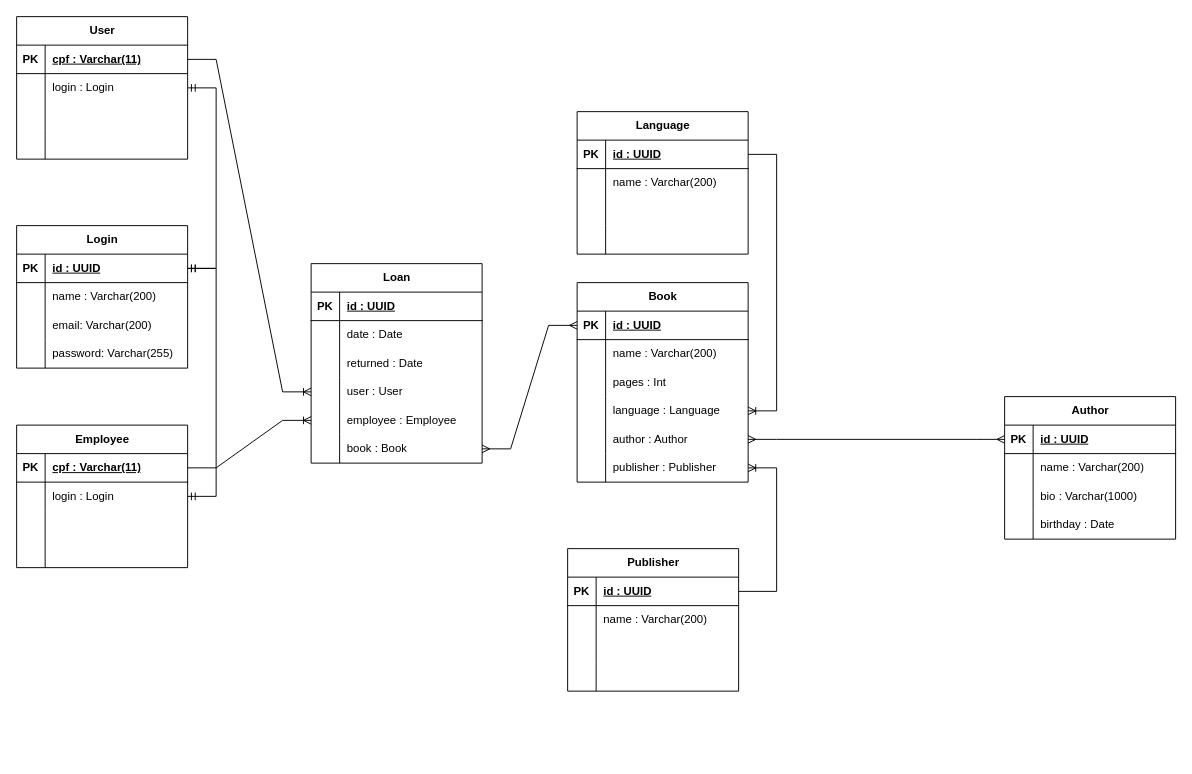
jvrss/library_backend keeps this draw.io diagram as docs/library.drawio. Above is the earlier version. Source tidied: cells renumbered, new cells numbered last; positions are measured from the earlier drawing's top-left corner, leaving out a move shared by most shapes. Both pictures are drawn from the tidied source at 95%, with x=0, y=0 at pixel (16, 16).
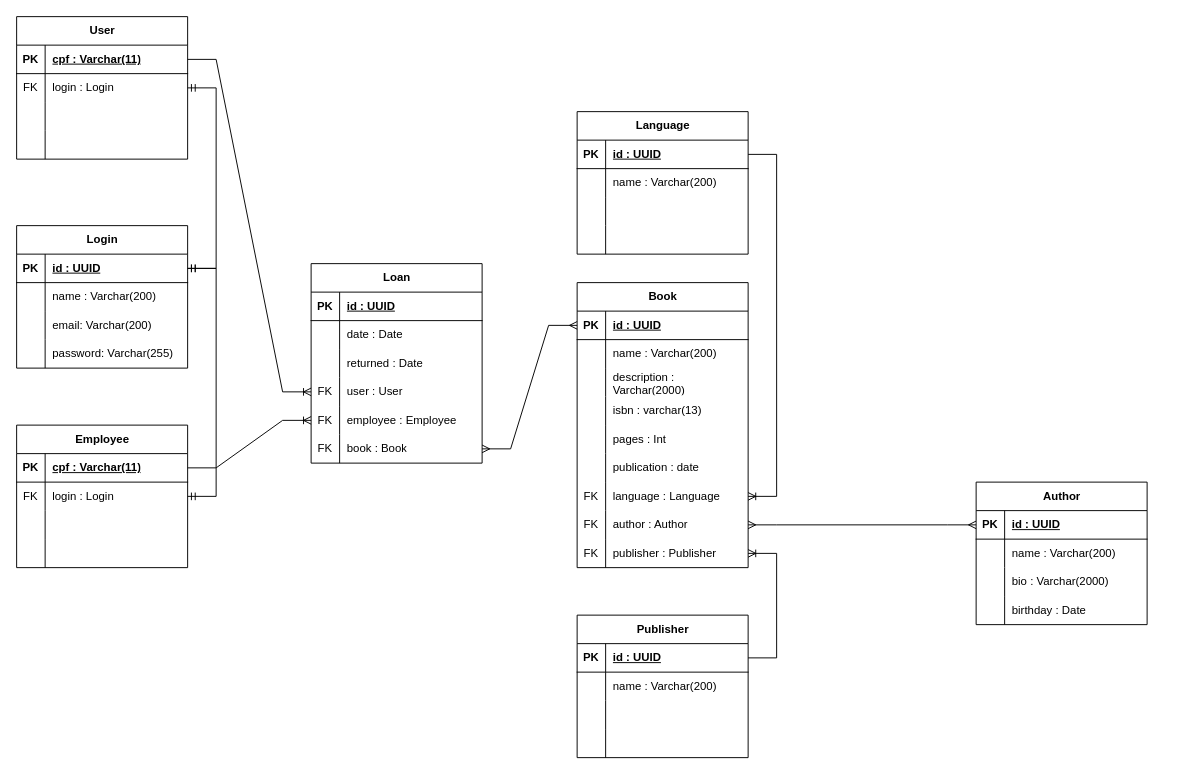
The same diagram, later.

Unchanged cells that the change refers to:
```xml
<mxCell id="9" style="shape=tableRow;horizontal=0;startSize=0;swimlaneHead=0;swimlaneBody=0;fillColor=none;top=0;left=0;right=0;bottom=0;" parent="2" vertex="1">
  <mxGeometry y="90" width="180" height="30" as="geometry" />
</mxCell>
<mxCell id="19" style="shape=tableRow;horizontal=0;startSize=0;swimlaneHead=0;swimlaneBody=0;fillColor=none;points=[[0,0.5],[1,0.5]];portConstraint=eastwest;top=0;left=0;right=0;bottom=0;" parent="15" vertex="1">
  <mxGeometry y="60" width="180" height="30" as="geometry" />
</mxCell>
<mxCell id="71" style="shape=tableRow;horizontal=0;startSize=0;swimlaneHead=0;swimlaneBody=0;fillColor=none;points=[[0,0.5],[1,0.5]];portConstraint=eastwest;top=0;left=0;right=0;bottom=0;" parent="67" vertex="1">
  <mxGeometry y="60" width="180" height="30" as="geometry" />
</mxCell>
<mxCell id="92" style="shape=tableRow;horizontal=0;startSize=0;swimlaneHead=0;swimlaneBody=0;fillColor=none;points=[[0,0.5],[1,0.5]];portConstraint=eastwest;top=0;left=0;right=0;bottom=0;" parent="82" vertex="1">
  <mxGeometry y="120" width="180" height="30" as="geometry" />
</mxCell>
<mxCell id="95" style="shape=tableRow;horizontal=0;startSize=0;swimlaneHead=0;swimlaneBody=0;fillColor=none;points=[[0,0.5],[1,0.5]];portConstraint=eastwest;top=0;left=0;right=0;bottom=0;" parent="82" vertex="1">
  <mxGeometry y="150" width="180" height="30" as="geometry" />
</mxCell>
<mxCell id="98" style="shape=tableRow;horizontal=0;startSize=0;swimlaneHead=0;swimlaneBody=0;fillColor=none;points=[[0,0.5],[1,0.5]];portConstraint=eastwest;top=0;left=0;right=0;bottom=0;" parent="82" vertex="1">
  <mxGeometry y="180" width="180" height="30" as="geometry" />
</mxCell>
```

What changed in the source:
```diff
@@
     <mxCell id="2" value="Author" style="shape=table;startSize=30;childLayout=tableLayout;rowLines=0;fontStyle=1;align=center;html=1;" parent="1" vertex="1">
-      <mxGeometry x="1040" y="400" width="180" height="150" as="geometry" />
+      <mxGeometry x="1010" y="490" width="180" height="150" as="geometry" />
     </mxCell>
@@
-    <mxCell id="11" value="bio : Varchar(1000)" style="shape=partialRectangle;fillColor=none;top=0;left=0;bottom=0;right=0;align=left;spacingLeft=6;overflow=hidden;whiteSpace=wrap;html=1;" parent="9" vertex="1">
+    <mxCell id="11" value="bio : Varchar(2000)" style="shape=partialRectangle;fillColor=none;top=0;left=0;bottom=0;right=0;align=left;spacingLeft=6;overflow=hidden;whiteSpace=wrap;html=1;" parent="9" vertex="1">
       <mxGeometry x="30" width="150" height="30" as="geometry" />
     </mxCell>
@@
-    <mxCell id="20" style="shape=partialRectangle;fillColor=none;top=0;left=0;bottom=0;right=0;overflow=hidden;whiteSpace=wrap;html=1;" parent="19" vertex="1">
+    <mxCell id="20" value="FK" style="shape=partialRectangle;fillColor=none;top=0;left=0;bottom=0;right=0;overflow=hidden;whiteSpace=wrap;html=1;" parent="19" vertex="1">
       <mxGeometry width="30" height="30" as="geometry" />
     </mxCell>
@@
     <mxCell id="54" value="&lt;div&gt;Publisher&lt;/div&gt;" style="shape=table;startSize=30;childLayout=tableLayout;rowLines=0;fontStyle=1;align=center;html=1;" parent="1" vertex="1">
-      <mxGeometry x="580" y="560" width="180" height="150" as="geometry" />
+      <mxGeometry x="590" y="630" width="180" height="150" as="geometry" />
     </mxCell>
@@
-    <mxCell id="72" style="shape=partialRectangle;fillColor=none;top=0;left=0;bottom=0;right=0;overflow=hidden;whiteSpace=wrap;html=1;" parent="71" vertex="1">
+    <mxCell id="72" value="FK" style="shape=partialRectangle;fillColor=none;top=0;left=0;bottom=0;right=0;overflow=hidden;whiteSpace=wrap;html=1;" parent="71" vertex="1">
       <mxGeometry width="30" height="30" as="geometry" />
     </mxCell>
@@
-    <mxCell id="93" style="shape=partialRectangle;fillColor=none;top=0;left=0;bottom=0;right=0;overflow=hidden;whiteSpace=wrap;html=1;" parent="92" vertex="1">
+    <mxCell id="93" value="FK" style="shape=partialRectangle;fillColor=none;top=0;left=0;bottom=0;right=0;overflow=hidden;whiteSpace=wrap;html=1;" parent="92" vertex="1">
       <mxGeometry width="30" height="30" as="geometry" />
     </mxCell>
@@
-    <mxCell id="96" style="shape=partialRectangle;fillColor=none;top=0;left=0;bottom=0;right=0;overflow=hidden;whiteSpace=wrap;html=1;" parent="95" vertex="1">
+    <mxCell id="96" value="FK" style="shape=partialRectangle;fillColor=none;top=0;left=0;bottom=0;right=0;overflow=hidden;whiteSpace=wrap;html=1;" parent="95" vertex="1">
       <mxGeometry width="30" height="30" as="geometry" />
     </mxCell>
@@
-    <mxCell id="99" style="shape=partialRectangle;fillColor=none;top=0;left=0;bottom=0;right=0;overflow=hidden;whiteSpace=wrap;html=1;" parent="98" vertex="1">
+    <mxCell id="99" value="FK" style="shape=partialRectangle;fillColor=none;top=0;left=0;bottom=0;right=0;overflow=hidden;whiteSpace=wrap;html=1;" parent="98" vertex="1">
       <mxGeometry width="30" height="30" as="geometry" />
     </mxCell>
@@
     <mxCell id="103" value="Book" style="shape=table;startSize=30;childLayout=tableLayout;rowLines=0;fontStyle=1;align=center;html=1;" parent="1" vertex="1">
-      <mxGeometry x="590" y="280" width="180" height="210" as="geometry" />
+      <mxGeometry x="590" y="280" width="180" height="300" as="geometry" />
     </mxCell>
@@
+    <mxCell id="126" style="shape=tableRow;horizontal=0;startSize=0;swimlaneHead=0;swimlaneBody=0;fillColor=none;top=0;left=0;right=0;bottom=0;" parent="103" vertex="1">
+      <mxGeometry y="90" width="180" height="30" as="geometry" />
+    </mxCell>
+    <mxCell id="127" style="shape=partialRectangle;fillColor=none;top=0;left=0;bottom=0;right=0;overflow=hidden;whiteSpace=wrap;html=1;" parent="126" vertex="1">
+      <mxGeometry width="30" height="30" as="geometry" />
+    </mxCell>
+    <mxCell id="128" value="description : Varchar(2000)" style="shape=partialRectangle;fillColor=none;top=0;left=0;bottom=0;right=0;align=left;spacingLeft=6;overflow=hidden;whiteSpace=wrap;html=1;" parent="126" vertex="1">
+      <mxGeometry x="30" width="150" height="30" as="geometry" />
+    </mxCell>
+    <mxCell id="129" style="shape=tableRow;horizontal=0;startSize=0;swimlaneHead=0;swimlaneBody=0;fillColor=none;top=0;left=0;right=0;bottom=0;" parent="103" vertex="1">
+      <mxGeometry y="120" width="180" height="30" as="geometry" />
+    </mxCell>
+    <mxCell id="130" style="shape=partialRectangle;fillColor=none;top=0;left=0;bottom=0;right=0;overflow=hidden;whiteSpace=wrap;html=1;" parent="129" vertex="1">
+      <mxGeometry width="30" height="30" as="geometry" />
+    </mxCell>
+    <mxCell id="131" value="isbn : varchar(13)" style="shape=partialRectangle;fillColor=none;top=0;left=0;bottom=0;right=0;align=left;spacingLeft=6;overflow=hidden;whiteSpace=wrap;html=1;" parent="129" vertex="1">
+      <mxGeometry x="30" width="150" height="30" as="geometry" />
+    </mxCell>
     <mxCell id="110" style="shape=tableRow;horizontal=0;startSize=0;swimlaneHead=0;swimlaneBody=0;fillColor=none;top=0;left=0;right=0;bottom=0;" parent="103" vertex="1">
-      <mxGeometry y="90" width="180" height="30" as="geometry" />
+      <mxGeometry y="150" width="180" height="30" as="geometry" />
     </mxCell>
@@
+    <mxCell id="132" style="shape=tableRow;horizontal=0;startSize=0;swimlaneHead=0;swimlaneBody=0;fillColor=none;top=0;left=0;right=0;bottom=0;" parent="103" vertex="1">
+      <mxGeometry y="180" width="180" height="30" as="geometry" />
+    </mxCell>
+    <mxCell id="133" style="shape=partialRectangle;fillColor=none;top=0;left=0;bottom=0;right=0;overflow=hidden;whiteSpace=wrap;html=1;" parent="132" vertex="1">
+      <mxGeometry width="30" height="30" as="geometry" />
+    </mxCell>
+    <mxCell id="134" value="publication : date" style="shape=partialRectangle;fillColor=none;top=0;left=0;bottom=0;right=0;align=left;spacingLeft=6;overflow=hidden;whiteSpace=wrap;html=1;" parent="132" vertex="1">
+      <mxGeometry x="30" width="150" height="30" as="geometry" />
+    </mxCell>
     <mxCell id="113" style="shape=tableRow;horizontal=0;startSize=0;swimlaneHead=0;swimlaneBody=0;fillColor=none;points=[[0,0.5],[1,0.5]];portConstraint=eastwest;top=0;left=0;right=0;bottom=0;" parent="103" vertex="1">
-      <mxGeometry y="120" width="180" height="30" as="geometry" />
+      <mxGeometry y="210" width="180" height="30" as="geometry" />
     </mxCell>
-    <mxCell id="114" style="shape=partialRectangle;fillColor=none;top=0;left=0;bottom=0;right=0;overflow=hidden;whiteSpace=wrap;html=1;" parent="113" vertex="1">
+    <mxCell id="114" value="FK" style="shape=partialRectangle;fillColor=none;top=0;left=0;bottom=0;right=0;overflow=hidden;whiteSpace=wrap;html=1;" parent="113" vertex="1">
       <mxGeometry width="30" height="30" as="geometry" />
     </mxCell>
@@
     <mxCell id="116" style="shape=tableRow;horizontal=0;startSize=0;swimlaneHead=0;swimlaneBody=0;fillColor=none;points=[[0,0.5],[1,0.5]];portConstraint=eastwest;top=0;left=0;right=0;bottom=0;" parent="103" vertex="1">
-      <mxGeometry y="150" width="180" height="30" as="geometry" />
+      <mxGeometry y="240" width="180" height="30" as="geometry" />
     </mxCell>
-    <mxCell id="117" style="shape=partialRectangle;fillColor=none;top=0;left=0;bottom=0;right=0;overflow=hidden;whiteSpace=wrap;html=1;" parent="116" vertex="1">
+    <mxCell id="117" value="FK" style="shape=partialRectangle;fillColor=none;top=0;left=0;bottom=0;right=0;overflow=hidden;whiteSpace=wrap;html=1;" parent="116" vertex="1">
       <mxGeometry width="30" height="30" as="geometry" />
     </mxCell>
@@
     <mxCell id="119" style="shape=tableRow;horizontal=0;startSize=0;swimlaneHead=0;swimlaneBody=0;fillColor=none;points=[[0,0.5],[1,0.5]];portConstraint=eastwest;top=0;left=0;right=0;bottom=0;" parent="103" vertex="1">
-      <mxGeometry y="180" width="180" height="30" as="geometry" />
+      <mxGeometry y="270" width="180" height="30" as="geometry" />
     </mxCell>
-    <mxCell id="120" style="shape=partialRectangle;fillColor=none;top=0;left=0;bottom=0;right=0;overflow=hidden;whiteSpace=wrap;html=1;" parent="119" vertex="1">
+    <mxCell id="120" value="FK" style="shape=partialRectangle;fillColor=none;top=0;left=0;bottom=0;right=0;overflow=hidden;whiteSpace=wrap;html=1;" parent="119" vertex="1">
       <mxGeometry width="30" height="30" as="geometry" />
     </mxCell>
```
